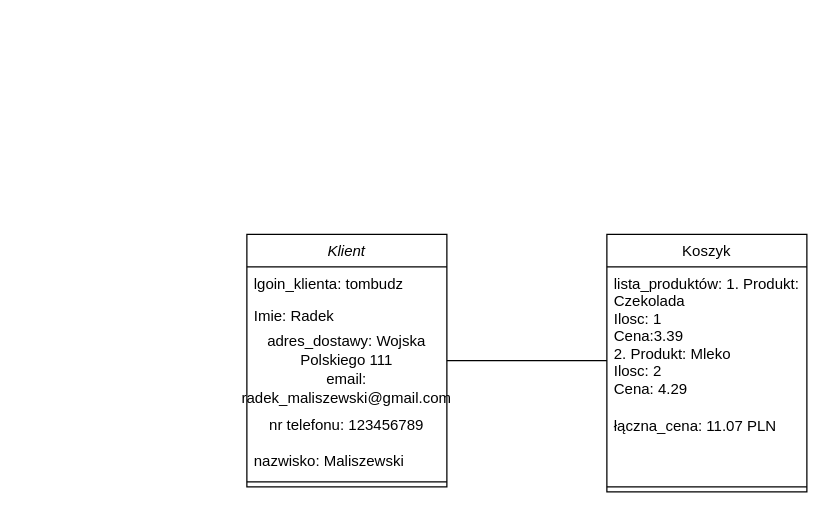
This is DK i DO/koszyk_obiektow.drawio from Tarik-Alaiwi-dev/psi, a draw.io file, before an edit. Source tidied: cells renumbered, new cells numbered last; positions are measured from the earlier drawing's top-left corner, leaving out a move shared by most shapes. Both pictures are drawn from the tidied source at 125%, with x=0, y=0 at pixel (246, 234).
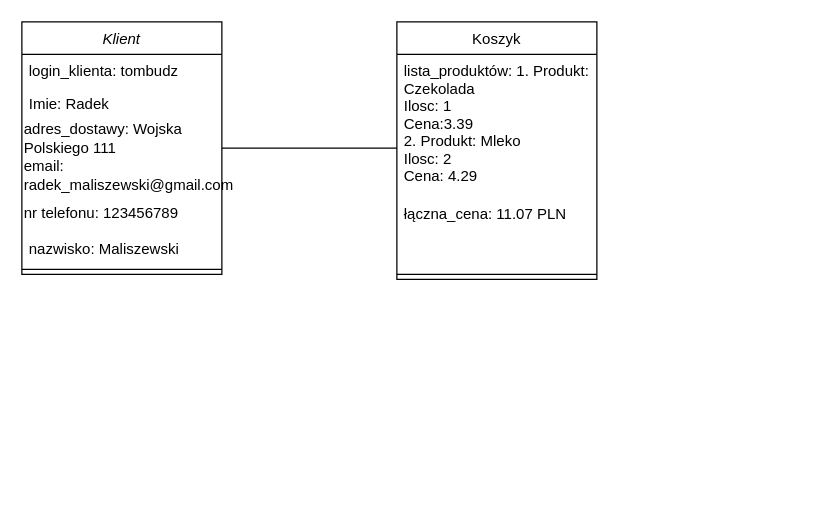
Above is the later version.

What changed in the source:
```diff
@@
 <mxGraphModel>
   <root>
     <mxCell id="0" />
     <mxCell id="1" parent="0" />
     <mxCell id="2" value="Klient" style="swimlane;fontStyle=2;align=center;verticalAlign=top;horizontal=1;startSize=26;rounded=0;shadow=0;strokeWidth=1;" parent="1" vertex="1">
-      <mxGeometry width="160" height="202" as="geometry" />
+      <mxGeometry x="-180" y="-170" width="160" height="202" as="geometry" />
     </mxCell>
-    <mxCell id="3" value="lgoin_klienta: tombudz" style="text;align=left;verticalAlign=top;spacingLeft=4;spacingRight=4;overflow=hidden;" parent="2" vertex="1">
+    <mxCell id="3" value="login_klienta: tombudz" style="text;align=left;verticalAlign=top;spacingLeft=4;spacingRight=4;overflow=hidden;" parent="2" vertex="1">
       <mxGeometry y="26" width="160" height="26" as="geometry" />
     </mxCell>
     <mxCell id="4" value="Imie: Radek" style="text;align=left;verticalAlign=top;spacingLeft=4;spacingRight=4;overflow=hidden;rounded=0;shadow=0;html=0;" parent="2" vertex="1">
       <mxGeometry y="52" width="160" height="26" as="geometry" />
     </mxCell>
-    <mxCell id="5" value="&lt;span style=&quot;text-align: left;&quot;&gt;adres_dostawy: Wojska Polskiego 111&lt;/span&gt;" style="text;html=1;align=center;verticalAlign=middle;whiteSpace=wrap;rounded=0;" parent="2" vertex="1">
+    <mxCell id="5" value="&lt;span style=&quot;&quot;&gt;adres_dostawy: Wojska Polskiego 111&lt;/span&gt;" style="text;html=1;align=left;verticalAlign=middle;whiteSpace=wrap;rounded=0;" parent="2" vertex="1">
       <mxGeometry y="78" width="160" height="30" as="geometry" />
     </mxCell>
-    <mxCell id="6" value="&lt;span style=&quot;text-align: left;&quot;&gt;email: radek_maliszewski@gmail.com&lt;/span&gt;" style="text;html=1;align=center;verticalAlign=middle;whiteSpace=wrap;rounded=0;" parent="2" vertex="1">
+    <mxCell id="6" value="&lt;span style=&quot;&quot;&gt;email: radek_maliszewski@gmail.com&lt;/span&gt;" style="text;html=1;align=left;verticalAlign=middle;whiteSpace=wrap;rounded=0;" parent="2" vertex="1">
       <mxGeometry y="108" width="160" height="30" as="geometry" />
     </mxCell>
-    <mxCell id="7" value="&lt;span style=&quot;text-align: left;&quot;&gt;nr telefonu: 123456789&lt;/span&gt;" style="text;html=1;align=center;verticalAlign=middle;whiteSpace=wrap;rounded=0;" parent="2" vertex="1">
+    <mxCell id="7" value="&lt;span style=&quot;&quot;&gt;nr telefonu: 123456789&lt;/span&gt;" style="text;html=1;align=left;verticalAlign=middle;whiteSpace=wrap;rounded=0;" parent="2" vertex="1">
       <mxGeometry y="138" width="160" height="30" as="geometry" />
     </mxCell>
     <mxCell id="8" value="nazwisko: Maliszewski" style="text;align=left;verticalAlign=top;spacingLeft=4;spacingRight=4;overflow=hidden;rounded=0;shadow=0;html=0;" parent="2" vertex="1">
       <mxGeometry y="168" width="160" height="26" as="geometry" />
     </mxCell>
     <mxCell id="9" style="line;html=1;strokeWidth=1;align=left;verticalAlign=middle;spacingTop=-1;spacingLeft=3;spacingRight=3;labelPosition=right;" parent="2" vertex="1">
       <mxGeometry y="194" width="160" height="8" as="geometry" />
     </mxCell>
     <mxCell id="10" value="Koszyk" style="swimlane;fontStyle=0;align=center;verticalAlign=top;horizontal=1;startSize=26;rounded=0;shadow=0;strokeWidth=1;" parent="1" vertex="1">
-      <mxGeometry x="288" width="160" height="206" as="geometry" />
+      <mxGeometry x="120" y="-170" width="160" height="206" as="geometry" />
     </mxCell>
     <mxCell id="11" value="lista_produktów: 1. Produkt:&#10;Czekolada&#10;Ilosc: 1&#10;Cena:3.39&#10;2. Produkt: Mleko&#10;Ilosc: 2&#10;Cena: 4.29" style="text;align=left;verticalAlign=top;spacingLeft=4;spacingRight=4;overflow=hidden;" parent="10" vertex="1">
       <mxGeometry y="26" width="160" height="114" as="geometry" />
     </mxCell>
     <mxCell id="12" value="łączna_cena: 11.07 PLN" style="text;align=left;verticalAlign=top;spacingLeft=4;spacingRight=4;overflow=hidden;rounded=0;shadow=0;html=0;" parent="10" vertex="1">
       <mxGeometry y="140" width="160" height="58" as="geometry" />
     </mxCell>
     <mxCell id="13" style="line;html=1;strokeWidth=1;align=left;verticalAlign=middle;spacingTop=-1;spacingLeft=3;spacingRight=3;labelPosition=right;" parent="10" vertex="1">
       <mxGeometry y="198" width="160" height="8" as="geometry" />
     </mxCell>
     <mxCell id="14" style="endArrow=none;shadow=0;strokeWidth=1;rounded=0;curved=0;endFill=0;edgeStyle=elbowEdgeStyle;elbow=vertical;" parent="1" edge="1" source="2" target="10">
       <mxGeometry x="0.5" y="41" relative="1" as="geometry">
         <mxPoint x="-40" y="32" as="offset" />
       </mxGeometry>
     </mxCell>
   </root>
 </mxGraphModel>
```
